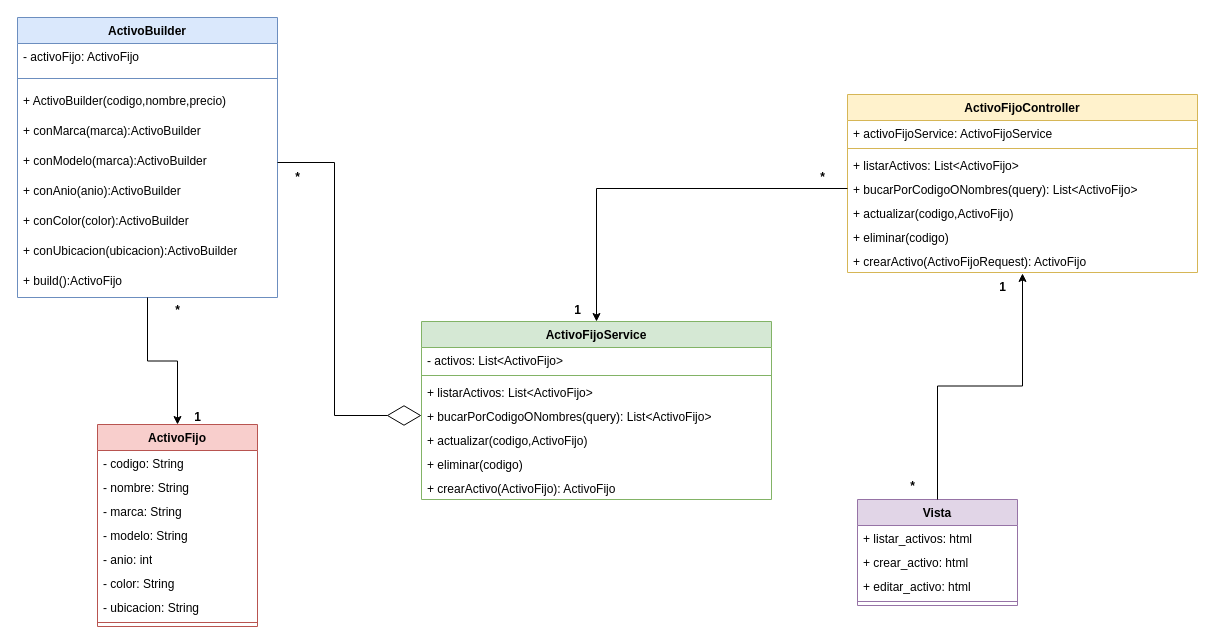
yanditv/activo_fijo keeps this draw.io diagram as src/main/resources/builder.drawio. Above is the earlier version. Source tidied: cells renumbered, new cells numbered last; positions are measured from the earlier drawing's top-left corner, leaving out a move shared by most shapes. Both pictures are drawn from the tidied source at 100%, with x=0, y=0 at pixel (17, 17).
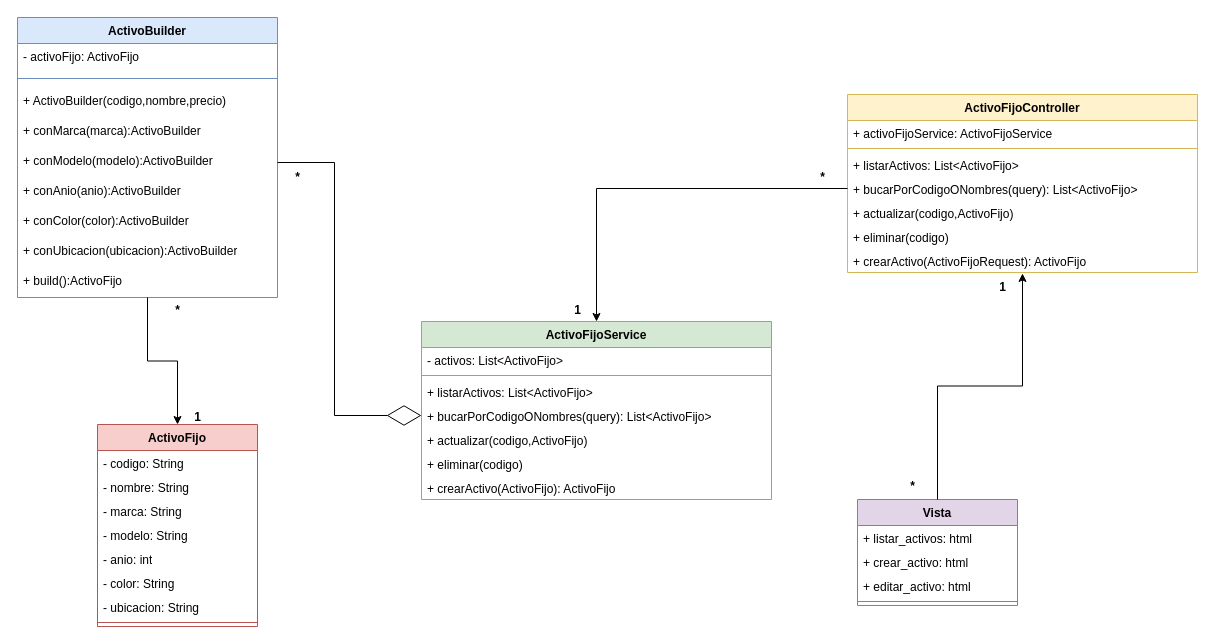
The same diagram, later.

Unchanged cells that the change refers to:
```xml
<mxCell id="11" value="ActivoBuilder" style="swimlane;fontStyle=1;align=center;verticalAlign=top;horizontal=1;startSize=26;whiteSpace=wrap;html=1;fillColor=#dae8fc;strokeColor=#6c8ebf;" parent="1" vertex="1">
  <mxGeometry width="260" height="280" as="geometry" />
</mxCell>
```

The edit, as a diff of the source:
```diff
@@
-    <mxCell id="16" value="+ conModelo(marca):ActivoBuilder" style="text;strokeColor=none;fillColor=none;align=left;verticalAlign=top;spacingLeft=4;spacingRight=4;overflow=hidden;points=[[0,0.5],[1,0.5]];portConstraint=eastwest;whiteSpace=wrap;html=1;" parent="11" vertex="1">
+    <mxCell id="16" value="+ conModelo(modelo):ActivoBuilder" style="text;strokeColor=none;fillColor=none;align=left;verticalAlign=top;spacingLeft=4;spacingRight=4;overflow=hidden;points=[[0,0.5],[1,0.5]];portConstraint=eastwest;whiteSpace=wrap;html=1;" parent="11" vertex="1">
       <mxGeometry y="130" width="260" height="30" as="geometry" />
     </mxCell>
```
